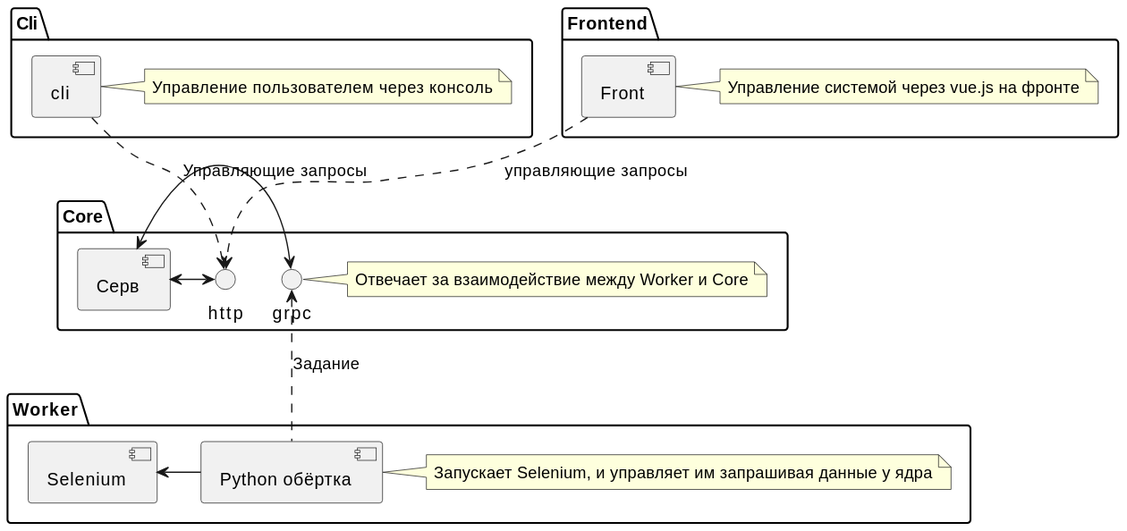
Earlier version of the PlantUML export docs/Архитектура.svg (nrf24l01/cp_money_contoller). The source it was exported from:
```plantuml
@startuml
package "Worker" {
    [Selenium] <- [Python обёртка]
    note right of [Python обёртка]
        Запускает Selenium, и управляет им запрашивая данные у ядра
    end note
}

package "Core" {
    grpc <.. [Python обёртка] : Задание
    note right of grpc
        Отвечает за взаимодействие между Worker и Core
    end note
    [Серв] <-> grpc
    [Серв] <-> http
}

package "Cli" {
    [cli] ..> http : Управляющие запросы
    note right of [cli]
        Управление пользователем через консоль
    end note
}

package "Frontend" {
    [Front] ..> http : управляющие запросы
    note right of [Front]
        Управление системой через vue.js на фронте
    end note
}
@enduml
```
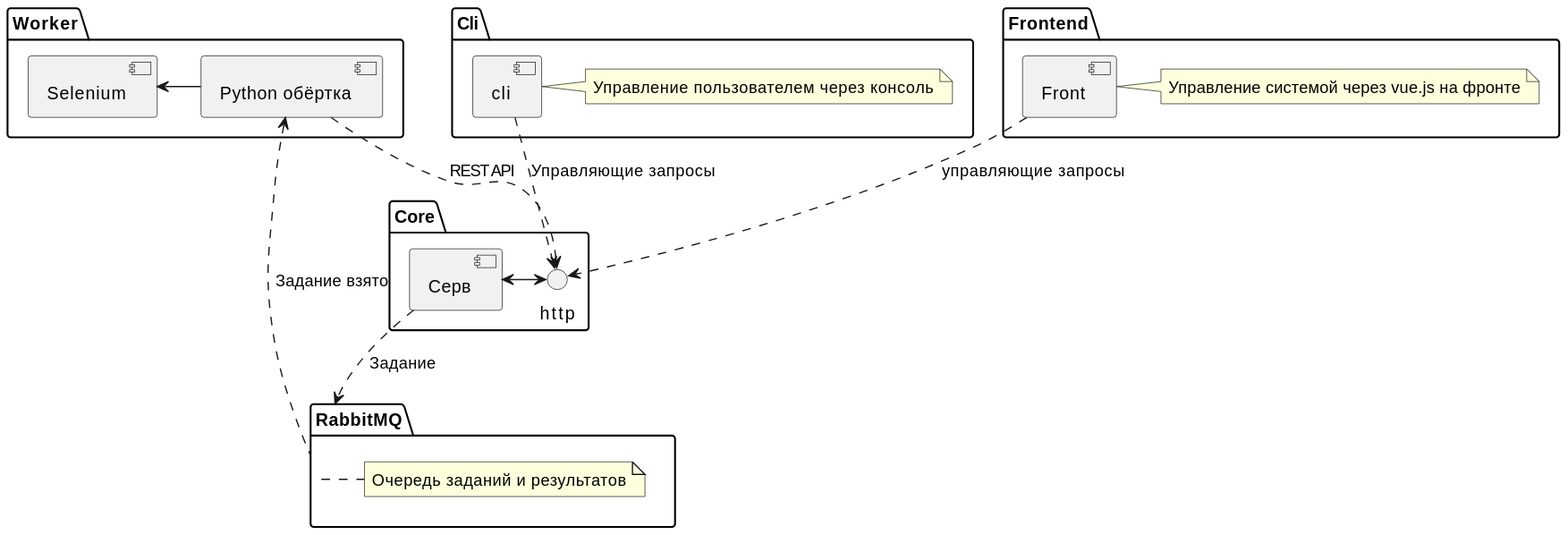
The same file after the commit.

Change to the diagram source:
```diff
@@ -1,18 +1,19 @@
 @startuml
 package "Worker" {
     [Selenium] <- [Python обёртка]
-    note right of [Python обёртка]
-        Запускает Selenium, и управляет им запрашивая данные у ядра
-    end note
 }
 
 package "Core" {
-    grpc <.. [Python обёртка] : Задание
-    note right of grpc
-        Отвечает за взаимодействие между Worker и Core
+    [Серв] <-> http
+    [Python обёртка] ..> http : REST API
+}
+
+package "RabbitMQ" {
+    [Python обёртка] <.. RabbitMQ : Задание взято
+    [Серв] ..> RabbitMQ : Задание
+    note right of [RabbitMQ]
+        Очередь заданий и результатов
     end note
-    [Серв] <-> grpc
-    [Серв] <-> http
 }
 
 package "Cli" {
```
